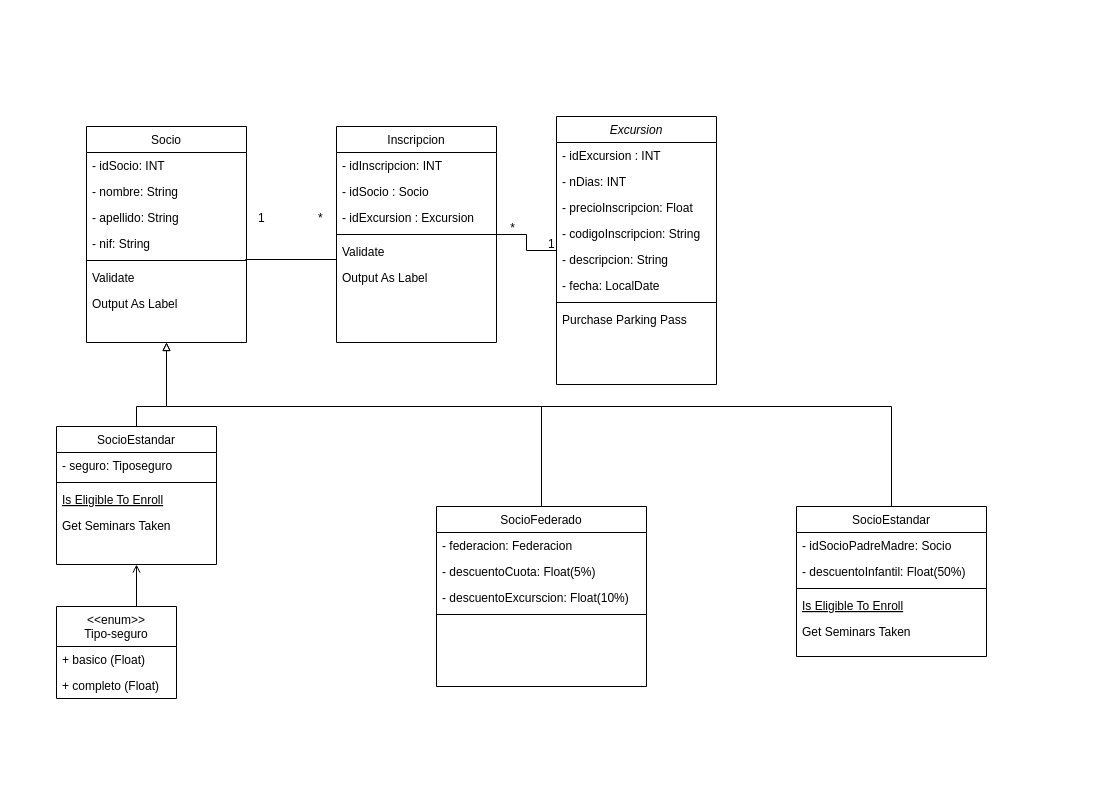
This is Diagrama -Diego/Diagrama sin título.drawio from dadd86/The-Javengers---IntellJ, a draw.io file, before an edit. Source tidied: cells renumbered, new cells numbered last; positions are measured from the earlier drawing's top-left corner, leaving out a move shared by most shapes. Both pictures are drawn from the tidied source at 100%, with x=0, y=0 at pixel (56, 116).
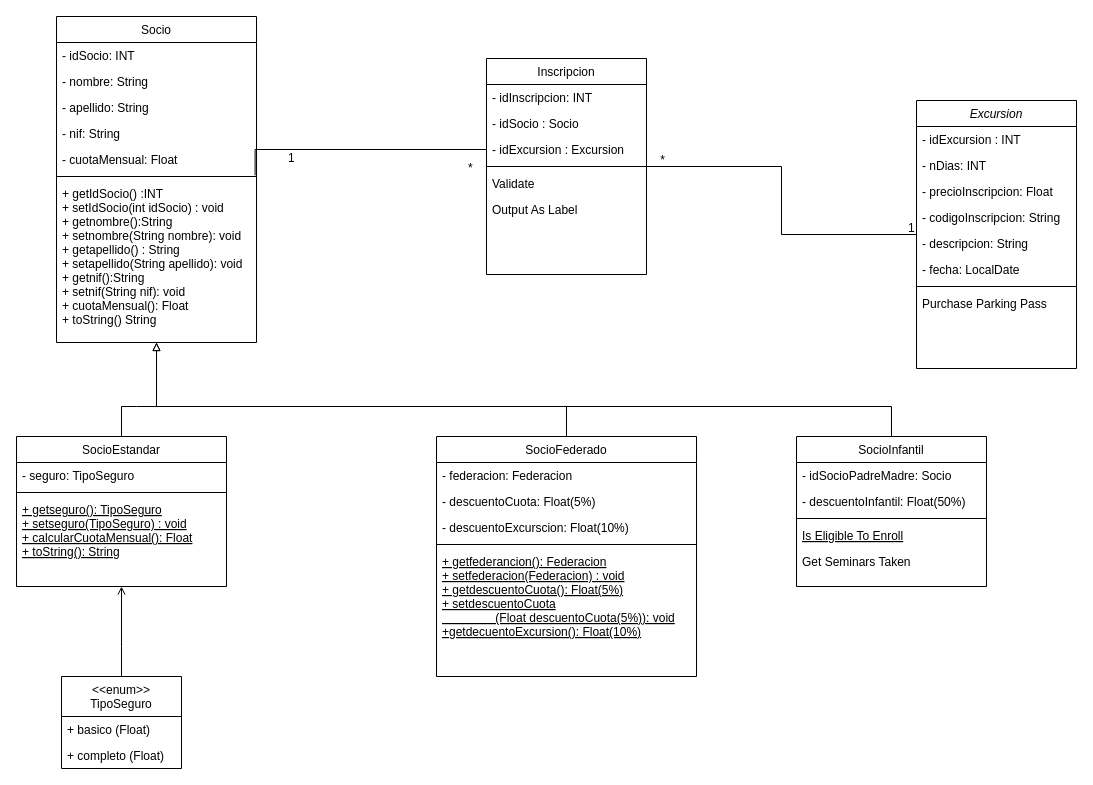
The same diagram, later.

Unchanged cells that the change refers to:
```xml
<mxCell id="25" value="- idExcursion : Excursion" style="text;align=left;verticalAlign=top;spacingLeft=4;spacingRight=4;overflow=hidden;points=[[0,0.5],[1,0.5]];portConstraint=eastwest;rounded=0;shadow=0;html=0;" parent="22" vertex="1">
  <mxGeometry y="78" width="160" height="26" as="geometry" />
</mxCell>
```

Change to the diagram source:
```diff
@@
     <mxCell id="2" value="Excursion&#10;" style="swimlane;fontStyle=2;align=center;verticalAlign=top;horizontal=1;startSize=26;rounded=0;shadow=0;strokeWidth=1;" parent="1" vertex="1">
-      <mxGeometry x="500" width="160" height="268" as="geometry" />
+      <mxGeometry x="860" y="-16" width="160" height="268" as="geometry" />
     </mxCell>
@@
     <mxCell id="11" style="edgeStyle=orthogonalEdgeStyle;rounded=0;jettySize=auto;html=1;entryX=0.5;entryY=1;entryDx=0;entryDy=0;endArrow=open;endFill=0;" parent="1" edge="1" source="12" target="50">
       <mxGeometry relative="1" as="geometry">
         <Array as="points">
-          <mxPoint x="60" y="520" />
-          <mxPoint x="80" y="520" />
+          <mxPoint x="65" y="530" />
+          <mxPoint x="65" y="530" />
         </Array>
       </mxGeometry>
     </mxCell>
-    <mxCell id="12" value="&lt;&lt;enum&gt;&gt;&#10;Tipo-seguro" style="swimlane;fontStyle=0;align=center;verticalAlign=top;horizontal=1;startSize=40;rounded=0;shadow=0;strokeWidth=1;" parent="1" vertex="1">
-      <mxGeometry y="490" width="120" height="92" as="geometry" />
+    <mxCell id="12" value="&lt;&lt;enum&gt;&gt;&#10;TipoSeguro" style="swimlane;fontStyle=0;align=center;verticalAlign=top;horizontal=1;startSize=40;rounded=0;shadow=0;strokeWidth=1;" parent="1" vertex="1">
+      <mxGeometry x="5" y="560" width="120" height="92" as="geometry" />
     </mxCell>
@@
     <mxCell id="16" value="SocioFederado" style="swimlane;fontStyle=0;align=center;verticalAlign=top;horizontal=1;startSize=26;rounded=0;shadow=0;strokeWidth=1;" parent="1" vertex="1">
-      <mxGeometry x="380" y="390" width="210" height="180" as="geometry" />
+      <mxGeometry x="380" y="320" width="260" height="240" as="geometry" />
     </mxCell>
     <mxCell id="17" value="- federacion: Federacion" style="text;align=left;verticalAlign=top;spacingLeft=4;spacingRight=4;overflow=hidden;" parent="16" vertex="1">
-      <mxGeometry y="26" width="210" height="26" as="geometry" />
+      <mxGeometry y="26" width="260" height="26" as="geometry" />
     </mxCell>
     <mxCell id="18" value="- descuentoCuota: Float(5%)" style="text;align=left;verticalAlign=top;spacingLeft=4;spacingRight=4;overflow=hidden;" parent="16" vertex="1">
-      <mxGeometry y="52" width="210" height="26" as="geometry" />
+      <mxGeometry y="52" width="260" height="26" as="geometry" />
     </mxCell>
     <mxCell id="19" value="- descuentoExcurscion: Float(10%)" style="text;align=left;verticalAlign=top;spacingLeft=4;spacingRight=4;overflow=hidden;" parent="16" vertex="1">
-      <mxGeometry y="78" width="210" height="26" as="geometry" />
+      <mxGeometry y="78" width="260" height="26" as="geometry" />
     </mxCell>
     <mxCell id="20" style="line;html=1;strokeWidth=1;align=left;verticalAlign=middle;spacingTop=-1;spacingLeft=3;spacingRight=3;labelPosition=right;" parent="16" vertex="1">
-      <mxGeometry y="104" width="210" height="8" as="geometry" />
+      <mxGeometry y="104" width="260" height="8" as="geometry" />
     </mxCell>
+    <mxCell id="55" value="+ getfederancion(): Federacion&#10;+ setfederacion(Federacion) : void&#10;+ getdescuentoCuota(): Float(5%)&#10;+ setdescuentoCuota&#10;                (Float descuentoCuota(5%)): void&#10;+getdecuentoExcursion(): Float(10%)" style="text;align=left;verticalAlign=top;spacingLeft=4;spacingRight=4;overflow=hidden;fontStyle=4;" parent="16" vertex="1">
+      <mxGeometry y="112" width="260" height="122" as="geometry" />
+    </mxCell>
-    <mxCell id="21" style="edgeStyle=elbowEdgeStyle;rounded=0;jettySize=auto;html=1;entryX=0.993;entryY=0.357;entryDx=0;entryDy=0;entryPerimeter=0;endArrow=none;endFill=0;elbow=vertical;" parent="1" edge="1" source="22" target="37">
-      <mxGeometry relative="1" as="geometry" />
+    <mxCell id="21" style="edgeStyle=elbowEdgeStyle;rounded=0;jettySize=auto;html=1;entryX=0.993;entryY=0.357;entryDx=0;entryDy=0;entryPerimeter=0;endArrow=none;endFill=0;elbow=vertical;exitX=0;exitY=0.5;exitDx=0;exitDy=0;" parent="1" edge="1" source="25" target="37">
+      <mxGeometry relative="1" as="geometry">
+        <Array as="points">
+          <mxPoint x="320" y="33" />
+        </Array>
+      </mxGeometry>
     </mxCell>
     <mxCell id="22" value="Inscripcion" style="swimlane;fontStyle=0;align=center;verticalAlign=top;horizontal=1;startSize=26;rounded=0;shadow=0;strokeWidth=1;" parent="1" vertex="1">
-      <mxGeometry x="280" y="10" width="160" height="216" as="geometry" />
+      <mxGeometry x="430" y="-58" width="160" height="216" as="geometry" />
     </mxCell>
@@
     <mxCell id="32" value="Socio" style="swimlane;fontStyle=0;align=center;verticalAlign=top;horizontal=1;startSize=26;rounded=0;shadow=0;strokeWidth=1;" parent="1" vertex="1">
-      <mxGeometry x="30" y="10" width="160" height="216" as="geometry" />
+      <mxGeometry y="-100" width="200" height="326" as="geometry" />
     </mxCell>
     <mxCell id="33" value="- idSocio: INT" style="text;align=left;verticalAlign=top;spacingLeft=4;spacingRight=4;overflow=hidden;" parent="32" vertex="1">
-      <mxGeometry y="26" width="160" height="26" as="geometry" />
+      <mxGeometry y="26" width="200" height="26" as="geometry" />
     </mxCell>
     <mxCell id="34" value="- nombre: String" style="text;align=left;verticalAlign=top;spacingLeft=4;spacingRight=4;overflow=hidden;rounded=0;shadow=0;html=0;" parent="32" vertex="1">
-      <mxGeometry y="52" width="160" height="26" as="geometry" />
+      <mxGeometry y="52" width="200" height="26" as="geometry" />
     </mxCell>
     <mxCell id="35" value="- apellido: String" style="text;align=left;verticalAlign=top;spacingLeft=4;spacingRight=4;overflow=hidden;rounded=0;shadow=0;html=0;" parent="32" vertex="1">
-      <mxGeometry y="78" width="160" height="26" as="geometry" />
+      <mxGeometry y="78" width="200" height="26" as="geometry" />
     </mxCell>
     <mxCell id="36" value="- nif: String" style="text;align=left;verticalAlign=top;spacingLeft=4;spacingRight=4;overflow=hidden;" parent="32" vertex="1">
-      <mxGeometry y="104" width="160" height="26" as="geometry" />
+      <mxGeometry y="104" width="200" height="26" as="geometry" />
     </mxCell>
+    <mxCell id="56" value="- cuotaMensual: Float" style="text;align=left;verticalAlign=top;spacingLeft=4;spacingRight=4;overflow=hidden;" parent="32" vertex="1">
+      <mxGeometry y="130" width="200" height="26" as="geometry" />
+    </mxCell>
     <mxCell id="37" style="line;html=1;strokeWidth=1;align=left;verticalAlign=middle;spacingTop=-1;spacingLeft=3;spacingRight=3;labelPosition=right;points=[];portConstraint=eastwest;" parent="32" vertex="1">
-      <mxGeometry y="130" width="160" height="8" as="geometry" />
+      <mxGeometry y="156" width="200" height="8" as="geometry" />
     </mxCell>
-    <mxCell id="38" value="Validate" style="text;align=left;verticalAlign=top;spacingLeft=4;spacingRight=4;overflow=hidden;" parent="32" vertex="1">
-      <mxGeometry y="138" width="160" height="26" as="geometry" />
+    <mxCell id="38" value="+ getIdSocio() :INT&#10;+ setIdSocio(int idSocio) : void&#10;+ getnombre():String&#10;+ setnombre(String nombre): void&#10;+ getapellido() : String&#10;+ setapellido(String apellido): void&#10;+ getnif():String&#10;+ setnif(String nif): void&#10;+ cuotaMensual(): Float&#10;+ toString() String" style="text;align=left;verticalAlign=top;spacingLeft=4;spacingRight=4;overflow=hidden;" parent="32" vertex="1">
+      <mxGeometry y="164" width="200" height="162" as="geometry" />
     </mxCell>
-    <mxCell id="39" value="Output As Label" style="text;align=left;verticalAlign=top;spacingLeft=4;spacingRight=4;overflow=hidden;" parent="32" vertex="1">
-      <mxGeometry y="164" width="160" height="26" as="geometry" />
-    </mxCell>
     <mxCell id="40" value="*" style="align=left;verticalAlign=bottom;labelBackgroundColor=none;fontSize=12;" parent="1" vertex="1">
-      <mxGeometry x="260" y="110" as="geometry" />
+      <mxGeometry x="410" y="60" as="geometry" />
     </mxCell>
     <mxCell id="41" value="1" style="align=left;verticalAlign=bottom;labelBackgroundColor=none;fontSize=12;" parent="1" vertex="1">
-      <mxGeometry x="200" y="110" as="geometry" />
+      <mxGeometry x="230" y="50" as="geometry" />
     </mxCell>
     <mxCell id="42" style="edgeStyle=orthogonalEdgeStyle;rounded=0;jettySize=auto;html=1;entryX=0.5;entryY=1;entryDx=0;entryDy=0;endArrow=block;endFill=0;exitX=0.5;exitY=0;exitDx=0;exitDy=0;" parent="1" edge="1" source="43" target="32">
       <mxGeometry relative="1" as="geometry">
         <Array as="points">
           <mxPoint x="835" y="290" />
-          <mxPoint x="110" y="290" />
+          <mxPoint x="100" y="290" />
         </Array>
       </mxGeometry>
     </mxCell>
-    <mxCell id="43" value="SocioEstandar" style="swimlane;fontStyle=0;align=center;verticalAlign=top;horizontal=1;startSize=26;rounded=0;shadow=0;strokeWidth=1;" parent="1" vertex="1">
-      <mxGeometry x="740" y="390" width="190" height="150" as="geometry" />
+    <mxCell id="43" value="SocioInfantil" style="swimlane;fontStyle=0;align=center;verticalAlign=top;horizontal=1;startSize=26;rounded=0;shadow=0;strokeWidth=1;" parent="1" vertex="1">
+      <mxGeometry x="740" y="320" width="190" height="150" as="geometry" />
     </mxCell>
@@
     <mxCell id="49" style="edgeStyle=orthogonalEdgeStyle;rounded=0;jettySize=auto;html=1;exitX=0.5;exitY=0;exitDx=0;exitDy=0;entryX=0.5;entryY=1;entryDx=0;entryDy=0;endArrow=block;endFill=0;" parent="1" edge="1" source="50" target="32">
       <mxGeometry relative="1" as="geometry">
         <Array as="points">
           <mxPoint x="80" y="290" />
-          <mxPoint x="110" y="290" />
+          <mxPoint x="130" y="290" />
         </Array>
       </mxGeometry>
     </mxCell>
     <mxCell id="50" value="SocioEstandar" style="swimlane;fontStyle=0;align=center;verticalAlign=top;horizontal=1;startSize=26;rounded=0;shadow=0;strokeWidth=1;" parent="1" vertex="1">
-      <mxGeometry y="310" width="160" height="138" as="geometry" />
+      <mxGeometry x="-40" y="320" width="210" height="150" as="geometry" />
     </mxCell>
-    <mxCell id="51" value="- seguro: Tiposeguro" style="text;align=left;verticalAlign=top;spacingLeft=4;spacingRight=4;overflow=hidden;rounded=0;shadow=0;html=0;" parent="50" vertex="1">
-      <mxGeometry y="26" width="160" height="26" as="geometry" />
+    <mxCell id="51" value="- seguro: TipoSeguro" style="text;align=left;verticalAlign=top;spacingLeft=4;spacingRight=4;overflow=hidden;rounded=0;shadow=0;html=0;" parent="50" vertex="1">
+      <mxGeometry y="26" width="210" height="26" as="geometry" />
     </mxCell>
     <mxCell id="52" style="line;html=1;strokeWidth=1;align=left;verticalAlign=middle;spacingTop=-1;spacingLeft=3;spacingRight=3;labelPosition=right;" parent="50" vertex="1">
-      <mxGeometry y="52" width="160" height="8" as="geometry" />
+      <mxGeometry y="52" width="210" height="8" as="geometry" />
     </mxCell>
-    <mxCell id="53" value="Is Eligible To Enroll" style="text;align=left;verticalAlign=top;spacingLeft=4;spacingRight=4;overflow=hidden;fontStyle=4;" parent="50" vertex="1">
-      <mxGeometry y="60" width="160" height="26" as="geometry" />
+    <mxCell id="53" value="+ getseguro(): TipoSeguro&#10;+ setseguro(TipoSeguro) : void&#10;+ calcularCuotaMensual(): Float&#10;+ toString(): String" style="text;align=left;verticalAlign=top;spacingLeft=4;spacingRight=4;overflow=hidden;fontStyle=4;" parent="50" vertex="1">
+      <mxGeometry y="60" width="210" height="90" as="geometry" />
     </mxCell>
-    <mxCell id="54" value="Get Seminars Taken" style="text;align=left;verticalAlign=top;spacingLeft=4;spacingRight=4;overflow=hidden;" parent="50" vertex="1">
-      <mxGeometry y="86" width="160" height="26" as="geometry" />
-    </mxCell>
```
